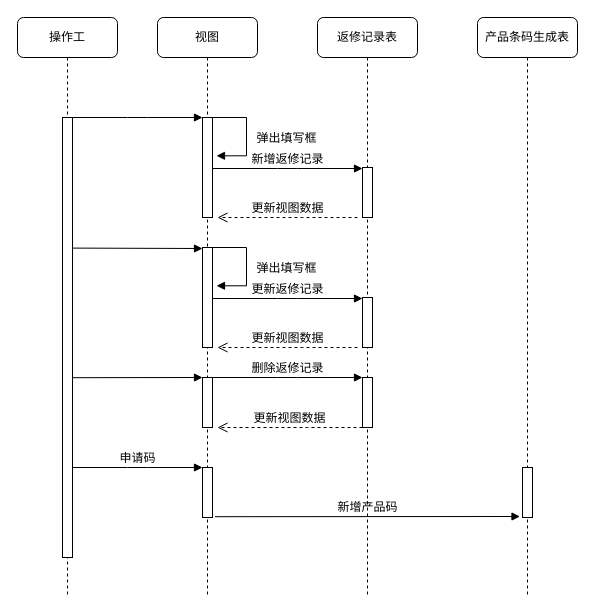
Earlier version of the draw.io diagram Untitled Diagram.drawio (linzlx/java). Source tidied: cells renumbered, new cells numbered last; positions are measured from the earlier drawing's top-left corner, leaving out a move shared by most shapes. Both pictures are drawn from the tidied source at 100%, with x=0, y=0 at pixel (17, 17).
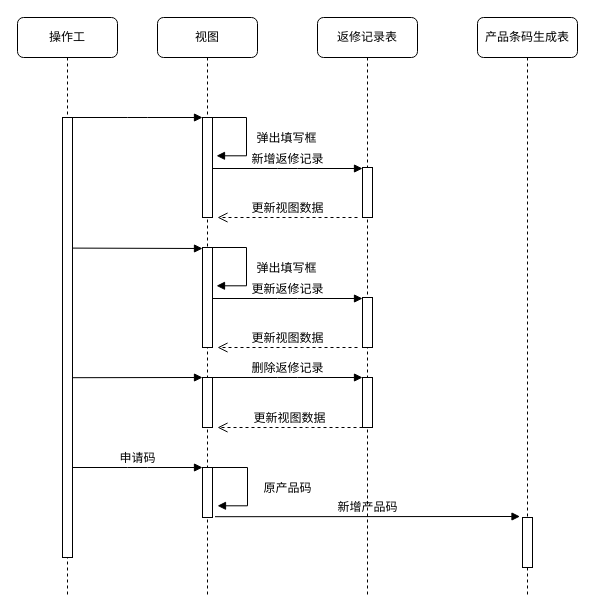
After the change.

Unchanged cells that the change refers to:
```xml
<mxCell id="26" value="产品条码生成表" style="shape=umlLifeline;perimeter=lifelinePerimeter;whiteSpace=wrap;html=1;rounded=1;shadow=0;comic=0;labelBackgroundColor=none;strokeWidth=1;fontFamily=Verdana;fontSize=12;align=center;" parent="1" vertex="1">
  <mxGeometry x="460" width="100" height="580" as="geometry" />
</mxCell>
```

Diff of the diagram source:
```diff
@@
     <mxCell id="27" style="html=1;perimeter=orthogonalPerimeter;rounded=0;shadow=0;comic=0;labelBackgroundColor=none;strokeWidth=1;fontFamily=Verdana;fontSize=12;align=center;" parent="26" vertex="1">
-      <mxGeometry x="45" y="450" width="10" height="50" as="geometry" />
+      <mxGeometry x="45" y="500" width="10" height="50" as="geometry" />
     </mxCell>
+    <mxCell id="28" value="原产品码" style="html=1;verticalAlign=bottom;endArrow=block;labelBackgroundColor=none;fontFamily=Verdana;fontSize=12;elbow=vertical;edgeStyle=orthogonalEdgeStyle;entryX=1;entryY=0.286;entryPerimeter=0;exitX=1.038;exitY=0.345;exitPerimeter=0;rounded=0;" parent="1" edge="1">
+      <mxGeometry x="0.26" y="40" relative="1" as="geometry">
+        <mxPoint x="195" y="450" as="sourcePoint" />
+        <mxPoint x="200" y="488.3" as="targetPoint" />
+        <Array as="points">
+          <mxPoint x="230" y="450" />
+          <mxPoint x="230" y="488" />
+        </Array>
+      </mxGeometry>
+    </mxCell>
```
